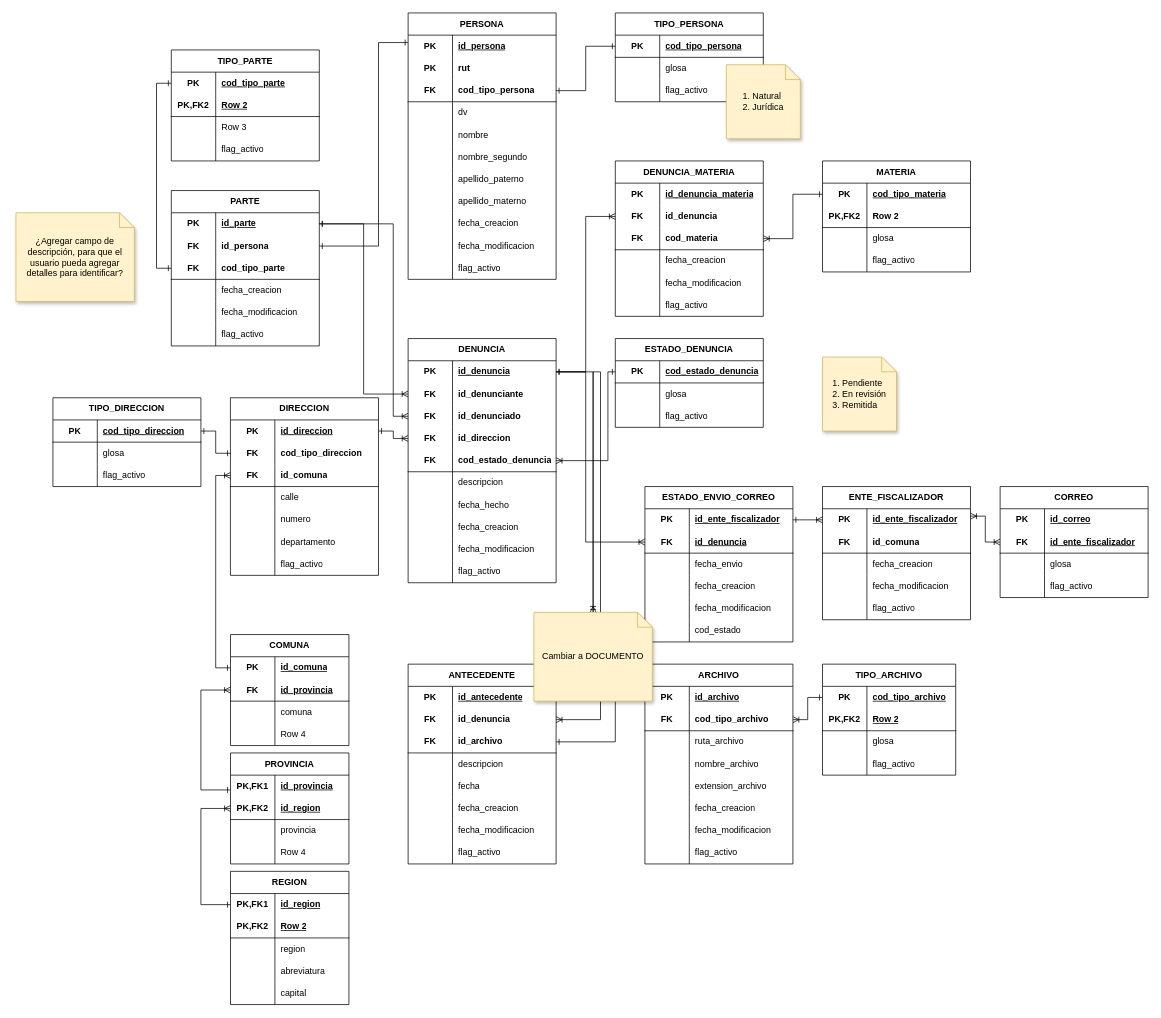
Before: docs/QuieroDenunciar - ER.drawio in hernanBeiza/QuieroDenunciarAPI, a draw.io diagram. Source tidied: cells renumbered, new cells numbered last; positions are measured from the earlier drawing's top-left corner, leaving out a move shared by most shapes. Both pictures are drawn from the tidied source at 74%, with x=0, y=0 at pixel (16, 13).
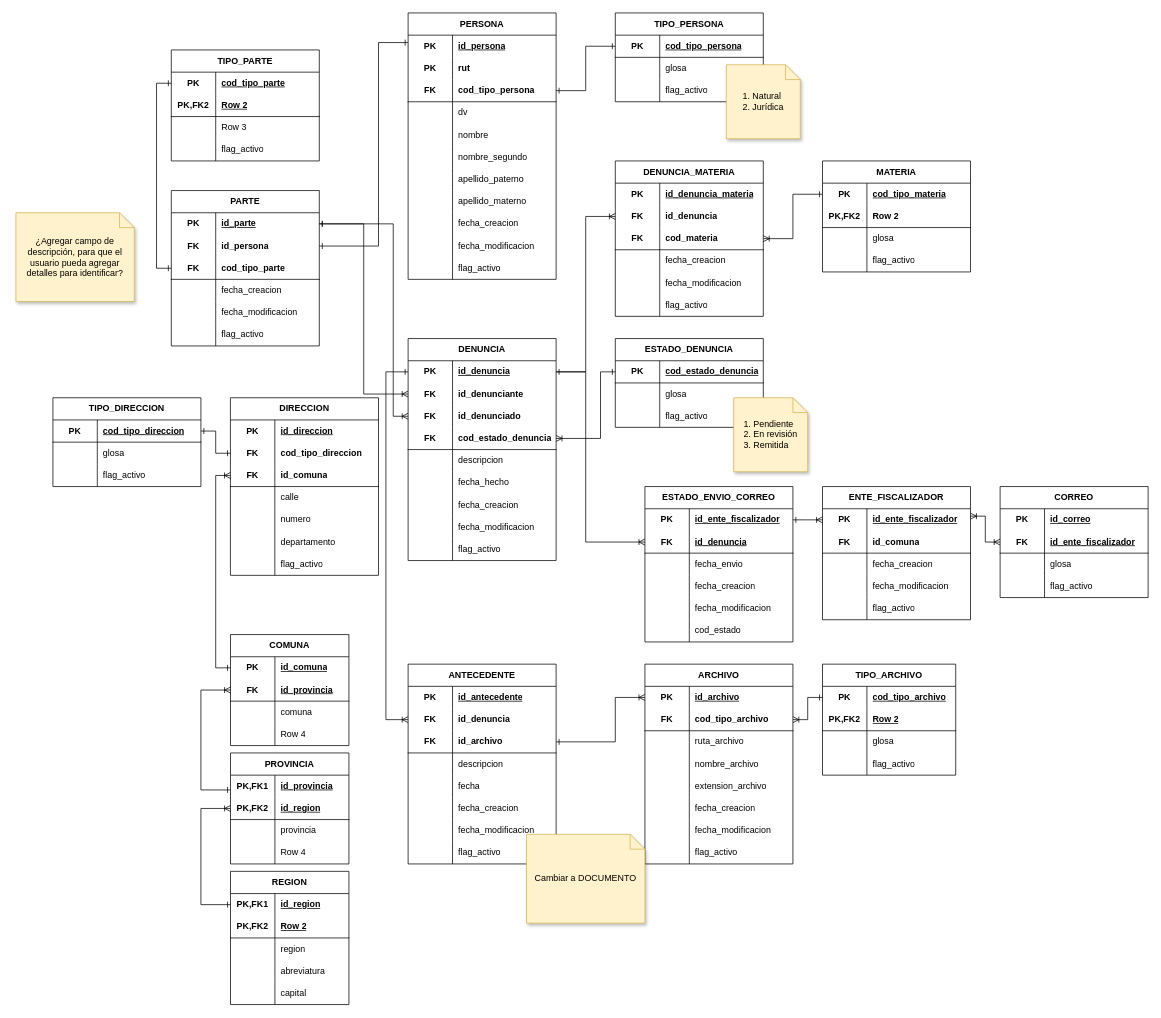
The same diagram, later.

The change refers to these unchanged cells:
```xml
<mxCell id="3" style="shape=tableRow;horizontal=0;startSize=0;swimlaneHead=0;swimlaneBody=0;fillColor=none;points=[[0,0.5],[1,0.5]];portConstraint=eastwest;top=0;left=0;right=0;bottom=0;html=1;" parent="2" vertex="1">
  <mxGeometry y="30" width="200" height="30" as="geometry" />
</mxCell>
<mxCell id="56" style="shape=tableRow;horizontal=0;startSize=0;swimlaneHead=0;swimlaneBody=0;fillColor=none;points=[[0,0.5],[1,0.5]];portConstraint=eastwest;top=0;left=0;right=0;bottom=0;html=1;" parent="55" vertex="1">
  <mxGeometry y="30" width="200" height="30" as="geometry" />
</mxCell>
<mxCell id="59" style="shape=tableRow;horizontal=0;startSize=0;swimlaneHead=0;swimlaneBody=0;fillColor=none;points=[[0,0.5],[1,0.5]];portConstraint=eastwest;top=0;left=0;right=0;bottom=0;html=1;" parent="55" vertex="1">
  <mxGeometry y="60" width="200" height="30" as="geometry" />
</mxCell>
<mxCell id="87" style="shape=tableRow;horizontal=0;startSize=0;swimlaneHead=0;swimlaneBody=0;fillColor=none;points=[[0,0.5],[1,0.5]];portConstraint=eastwest;top=0;left=0;right=0;bottom=0;html=1;" parent="86" vertex="1">
  <mxGeometry y="30" width="200.1" height="30" as="geometry" />
</mxCell>
<mxCell id="154" style="shape=tableRow;horizontal=0;startSize=0;swimlaneHead=0;swimlaneBody=0;fillColor=none;points=[[0,0.5],[1,0.5]];portConstraint=eastwest;top=0;left=0;right=0;bottom=0;html=1;" parent="150" vertex="1">
  <mxGeometry y="60" width="200" height="30" as="geometry" />
</mxCell>
<mxCell id="269" style="shape=tableRow;horizontal=0;startSize=0;swimlaneHead=0;swimlaneBody=0;fillColor=none;points=[[0,0.5],[1,0.5]];portConstraint=eastwest;top=0;left=0;right=0;bottom=1;html=1;" parent="268" vertex="1">
  <mxGeometry y="30" width="200" height="30" as="geometry" />
</mxCell>
```

Change to the diagram source:
```diff
@@
     <mxCell id="55" value="DENUNCIA" style="shape=table;startSize=30;childLayout=tableLayout;rowLines=0;fontStyle=1;align=center;html=1;whiteSpace=wrap;swimlaneLine=1;" parent="1" vertex="1">
-      <mxGeometry x="530" y="440" width="200" height="330" as="geometry" />
+      <mxGeometry x="530" y="440" width="200" height="300" as="geometry" />
     </mxCell>
@@
-    <mxCell id="65" style="shape=tableRow;horizontal=0;startSize=0;swimlaneHead=0;swimlaneBody=0;fillColor=none;points=[[0,0.5],[1,0.5]];portConstraint=eastwest;top=0;left=0;right=0;bottom=0;html=1;swimlaneLine=1;" parent="55" vertex="1">
-      <mxGeometry y="120" width="200" height="30" as="geometry" />
-    </mxCell>
-    <mxCell id="66" value="FK" style="shape=partialRectangle;fillColor=none;top=0;left=0;bottom=0;right=0;fontStyle=1;overflow=hidden;html=1;whiteSpace=wrap;" parent="65" vertex="1">
-      <mxGeometry width="60" height="30" as="geometry" />
-    </mxCell>
-    <mxCell id="67" value="id_direccion" style="shape=partialRectangle;fillColor=none;top=0;left=0;bottom=0;right=0;align=left;spacingLeft=6;fontStyle=1;overflow=hidden;html=1;whiteSpace=wrap;" parent="65" vertex="1">
-      <mxGeometry x="60" width="140" height="30" as="geometry" />
-    </mxCell>
     <mxCell id="68" style="shape=tableRow;horizontal=0;startSize=0;swimlaneHead=0;swimlaneBody=0;fillColor=none;points=[[0,0.5],[1,0.5]];portConstraint=eastwest;top=0;left=0;right=0;bottom=1;html=1;strokeColor=inherit;swimlaneLine=0;" parent="55" vertex="1">
-      <mxGeometry y="150" width="200" height="30" as="geometry" />
+      <mxGeometry y="120" width="200" height="30" as="geometry" />
     </mxCell>
@@
     <mxCell id="71" style="shape=tableRow;horizontal=0;startSize=0;swimlaneHead=0;swimlaneBody=0;fillColor=none;top=0;left=0;right=0;bottom=0;html=1;" parent="55" vertex="1">
-      <mxGeometry y="180" width="200" height="30" as="geometry" />
+      <mxGeometry y="150" width="200" height="30" as="geometry" />
     </mxCell>
@@
     <mxCell id="74" style="shape=tableRow;horizontal=0;startSize=0;swimlaneHead=0;swimlaneBody=0;fillColor=none;top=0;left=0;right=0;bottom=0;html=1;" parent="55" vertex="1">
-      <mxGeometry y="210" width="200" height="30" as="geometry" />
+      <mxGeometry y="180" width="200" height="30" as="geometry" />
     </mxCell>
@@
     <mxCell id="77" style="shape=tableRow;horizontal=0;startSize=0;swimlaneHead=0;swimlaneBody=0;fillColor=none;top=0;left=0;right=0;bottom=0;html=1;" parent="55" vertex="1">
-      <mxGeometry y="240" width="200" height="30" as="geometry" />
+      <mxGeometry y="210" width="200" height="30" as="geometry" />
     </mxCell>
@@
     <mxCell id="80" style="shape=tableRow;horizontal=0;startSize=0;swimlaneHead=0;swimlaneBody=0;fillColor=none;top=0;left=0;right=0;bottom=0;html=1;" parent="55" vertex="1">
-      <mxGeometry y="270" width="200" height="30" as="geometry" />
+      <mxGeometry y="240" width="200" height="30" as="geometry" />
     </mxCell>
@@
     <mxCell id="83" style="shape=tableRow;horizontal=0;startSize=0;swimlaneHead=0;swimlaneBody=0;fillColor=none;top=0;left=0;right=0;bottom=0;html=1;" parent="55" vertex="1">
-      <mxGeometry y="300" width="200" height="30" as="geometry" />
+      <mxGeometry y="270" width="200" height="30" as="geometry" />
     </mxCell>
@@
     <mxCell id="255" style="edgeStyle=orthogonalEdgeStyle;rounded=0;jettySize=auto;html=1;exitX=1;exitY=0.5;exitDx=0;exitDy=0;startArrow=ERone;startFill=0;endArrow=ERoneToMany;endFill=0;" parent="1" edge="1" source="3" target="59">
       <mxGeometry relative="1" as="geometry">
         <Array as="points">
-          <mxPoint x="469.9" y="285" />
-          <mxPoint x="469.9" y="515" />
+          <mxPoint x="470" y="285" />
+          <mxPoint x="470" y="515" />
         </Array>
       </mxGeometry>
     </mxCell>
@@
-    <mxCell id="261" style="edgeStyle=orthogonalEdgeStyle;rounded=0;jettySize=auto;html=1;endArrow=ERone;endFill=0;startArrow=ERoneToMany;startFill=0;" parent="1" edge="1" source="358" target="56">
-      <mxGeometry relative="1" as="geometry" />
-    </mxCell>
@@
-    <mxCell id="263" style="edgeStyle=orthogonalEdgeStyle;rounded=0;jettySize=auto;html=1;exitX=1;exitY=0.5;exitDx=0;exitDy=0;startArrow=ERone;startFill=0;endArrow=ERoneToMany;endFill=0;" parent="1" edge="1" source="87" target="65">
-      <mxGeometry relative="1" as="geometry" />
-    </mxCell>
@@
     <mxCell id="278" style="edgeStyle=orthogonalEdgeStyle;rounded=0;jettySize=auto;html=1;exitX=1;exitY=0.5;exitDx=0;exitDy=0;endArrow=ERone;endFill=0;startArrow=ERoneToMany;startFill=0;" parent="1" edge="1" source="68" target="269">
       <mxGeometry relative="1" as="geometry">
         <Array as="points">
-          <mxPoint x="800" y="605" />
-          <mxPoint x="800" y="485" />
+          <mxPoint x="790" y="575" />
+          <mxPoint x="790" y="485" />
         </Array>
       </mxGeometry>
     </mxCell>
@@
     <mxCell id="330" value="&lt;div style=&quot;text-align: left;&quot;&gt;&lt;span style=&quot;background-color: initial;&quot;&gt;1. &lt;/span&gt;&lt;span style=&quot;background-color: initial;&quot;&gt;Pendiente&lt;/span&gt;&lt;/div&gt;&lt;div style=&quot;text-align: left;&quot;&gt;&lt;span style=&quot;background-color: initial;&quot;&gt;2. En revisión&lt;/span&gt;&lt;/div&gt;&lt;div style=&quot;text-align: left;&quot;&gt;&lt;span style=&quot;background-color: initial;&quot;&gt;3. Remitida&lt;/span&gt;&lt;/div&gt;" style="shape=note;size=20;whiteSpace=wrap;html=1;shadow=1;fillColor=#fff2cc;strokeColor=#d6b656;" parent="1" vertex="1">
-      <mxGeometry x="1090" y="465" width="100" height="100" as="geometry" />
+      <mxGeometry x="970" y="520" width="100" height="100" as="geometry" />
     </mxCell>
@@
-    <mxCell id="357" style="edgeStyle=orthogonalEdgeStyle;rounded=0;jettySize=auto;html=1;endArrow=ERone;endFill=0;startArrow=ERoneToMany;startFill=0;" parent="1" edge="1" source="154" target="358">
+    <mxCell id="357" style="edgeStyle=orthogonalEdgeStyle;rounded=0;jettySize=auto;html=1;endArrow=ERone;endFill=0;startArrow=ERoneToMany;startFill=0;" parent="1" edge="1" source="154" target="56">
       <mxGeometry relative="1" as="geometry">
         <Array as="points">
-          <mxPoint x="790" y="955" />
-          <mxPoint x="790" y="485" />
+          <mxPoint x="500" y="955" />
+          <mxPoint x="500" y="485" />
         </Array>
       </mxGeometry>
     </mxCell>
     <mxCell id="358" value="Cambiar a DOCUMENTO" style="shape=note;size=20;whiteSpace=wrap;html=1;fillColor=#fff2cc;strokeColor=#d6b656;shadow=1;" parent="1" vertex="1">
-      <mxGeometry x="700" y="810" width="160" height="120" as="geometry" />
+      <mxGeometry x="690" y="1110" width="160" height="120" as="geometry" />
     </mxCell>
```
